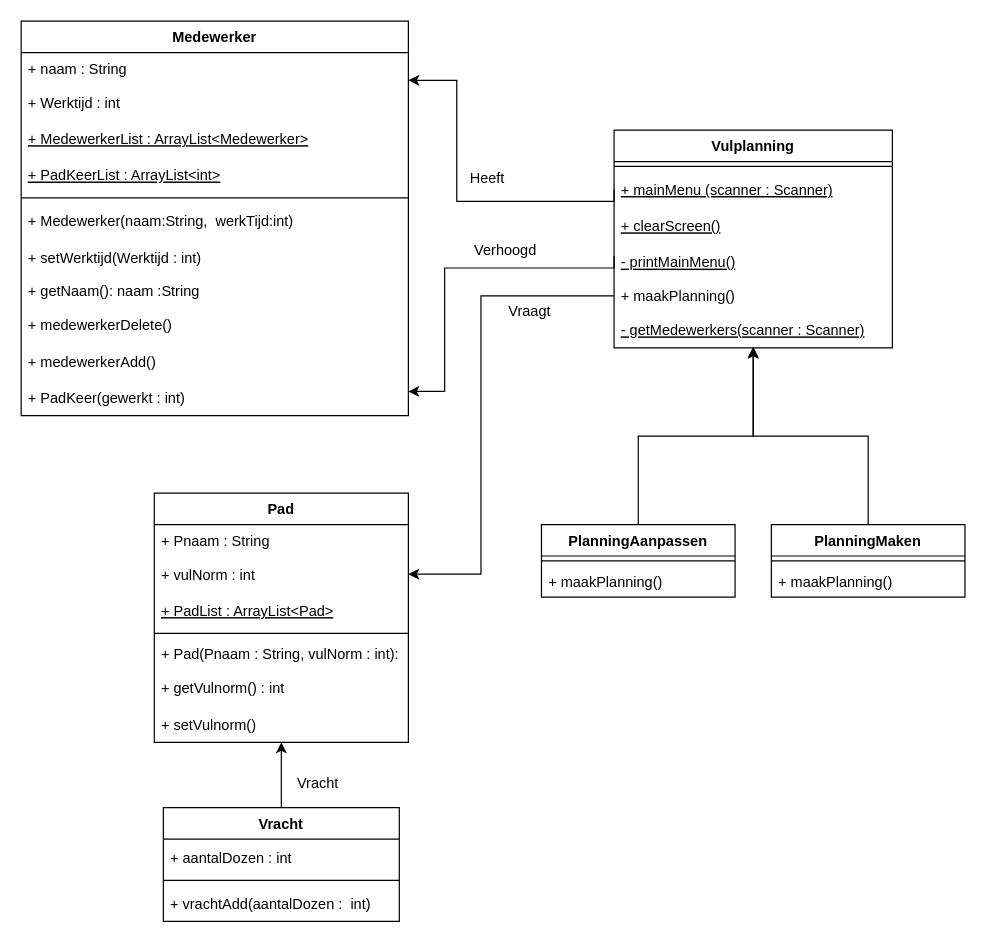
This is Vulplanning UML.drawio from Kikkerslijm410/SchoolOpdracht, a draw.io file, before an edit. Source tidied: cells renumbered, new cells numbered last; positions are measured from the earlier drawing's top-left corner, leaving out a move shared by most shapes. Both pictures are drawn from the tidied source at 121%, with x=0, y=0 at pixel (21, 21).
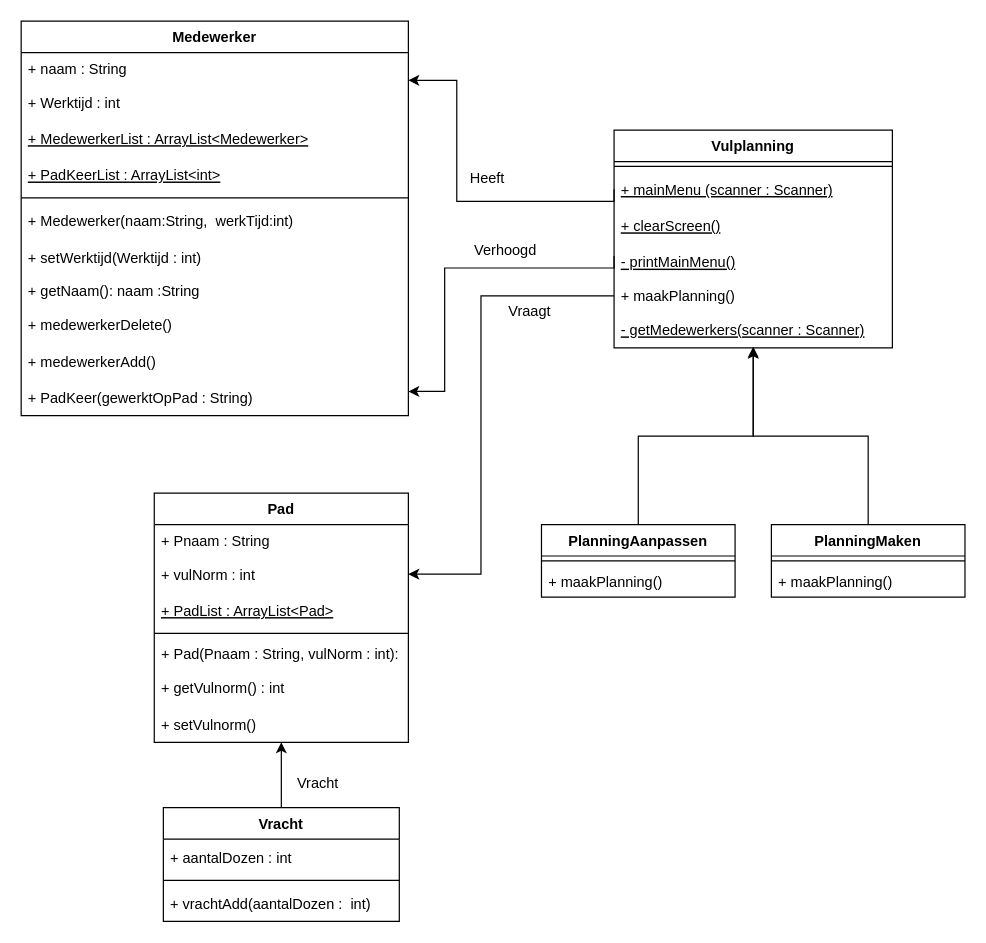
After the change.

Unchanged cells that the change refers to:
```xml
<mxCell id="2" value="Medewerker" style="swimlane;fontStyle=1;align=center;verticalAlign=top;horizontal=1;startSize=26;" parent="1" vertex="1">
  <mxGeometry width="320" height="326" as="geometry" />
</mxCell>
```

Diff of the diagram source:
```diff
@@
-    <mxCell id="13" value="+ PadKeer(gewerkt : int)" style="text;strokeColor=none;fillColor=none;align=left;verticalAlign=middle;spacingLeft=4;spacingRight=4;overflow=hidden;" parent="2" vertex="1">
+    <mxCell id="13" value="+ PadKeer(gewerktOpPad : String)" style="text;strokeColor=none;fillColor=none;align=left;verticalAlign=middle;spacingLeft=4;spacingRight=4;overflow=hidden;" parent="2" vertex="1">
       <mxGeometry y="296" width="320" height="30" as="geometry" />
     </mxCell>
```
